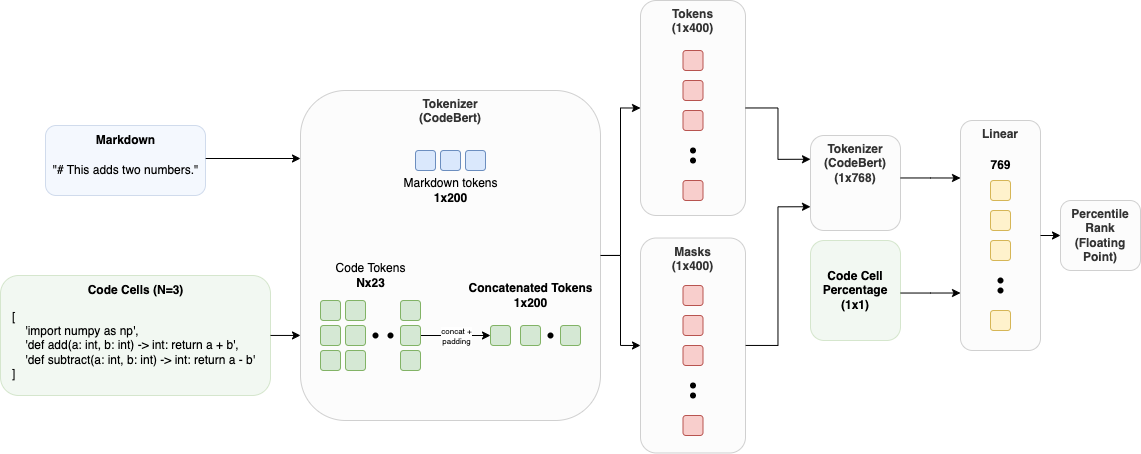
sotoodaa-ucb/ucb_mids_w266_project keeps this draw.io diagram as res/baseline.png. Above is the earlier version. Source tidied: cells renumbered, new cells last; positions are measured from the earlier drawing's top-left corner, leaving out a move shared by most shapes. The source it was exported from:
```xml
<mxGraphModel>
  <root>
    <mxCell id="0" />
    <mxCell id="1" parent="0" />
    <mxCell id="2" style="edgeStyle=orthogonalEdgeStyle;rounded=0;jettySize=auto;html=1;entryX=0;entryY=0.25;entryDx=0;entryDy=0;fontSize=8;" parent="1" edge="1" source="63" target="4">
      <mxGeometry relative="1" as="geometry" />
    </mxCell>
    <mxCell id="3" style="edgeStyle=orthogonalEdgeStyle;rounded=0;jettySize=auto;html=1;entryX=0;entryY=0.25;entryDx=0;entryDy=0;fontSize=8;" parent="1" edge="1" source="4" target="44">
      <mxGeometry relative="1" as="geometry">
        <Array as="points">
          <mxPoint x="930" y="178" />
        </Array>
      </mxGeometry>
    </mxCell>
    <mxCell id="4" value="&lt;b&gt;Tokenizer&lt;br&gt;(CodeBert)&lt;br&gt;(1x768)&lt;br&gt;&lt;/b&gt;" style="rounded=1;whiteSpace=wrap;html=1;fillColor=#f5f5f5;strokeColor=#666666;opacity=30;fontColor=#333333;verticalAlign=top;" parent="1" vertex="1">
      <mxGeometry x="810" y="135" width="90" height="95" as="geometry" />
    </mxCell>
    <mxCell id="5" style="rounded=1;whiteSpace=wrap;html=1;opacity=30;fillColor=#d5e8d4;strokeColor=#82b366;" parent="1" vertex="1">
      <mxGeometry y="275" width="270" height="120" as="geometry" />
    </mxCell>
    <mxCell id="6" value="[&lt;br&gt;&amp;nbsp; &amp;nbsp; &lt;span style=&quot;background-color: initial;&quot;&gt;'import numpy as np',&lt;br&gt;&lt;/span&gt;&lt;span style=&quot;background-color: initial;&quot;&gt;&amp;nbsp; &amp;nbsp; 'def add(a: int, b: int) -&amp;gt; int: return a + b',&lt;br&gt;&lt;/span&gt;&lt;span style=&quot;background-color: initial;&quot;&gt;&amp;nbsp; &amp;nbsp; 'def subtract(a: int, b: int) -&amp;gt; int: return a - b'&lt;br&gt;&lt;/span&gt;&lt;span style=&quot;background-color: initial;&quot;&gt;]&lt;br&gt;&lt;/span&gt;" style="text;html=1;align=left;verticalAlign=middle;strokeColor=none;fillColor=none;" parent="1" vertex="1">
      <mxGeometry x="10" y="300" width="270" height="90" as="geometry" />
    </mxCell>
    <mxCell id="7" style="edgeStyle=orthogonalEdgeStyle;rounded=0;jettySize=auto;html=1;exitX=1;exitY=0.5;exitDx=0;exitDy=0;entryX=0;entryY=0.5;entryDx=0;entryDy=0;fontSize=8;" parent="1" edge="1" source="9" target="63">
      <mxGeometry relative="1" as="geometry" />
    </mxCell>
    <mxCell id="8" style="edgeStyle=orthogonalEdgeStyle;rounded=0;jettySize=auto;html=1;entryX=0;entryY=0.5;entryDx=0;entryDy=0;fontSize=8;" parent="1" edge="1" source="9" target="55">
      <mxGeometry relative="1" as="geometry" />
    </mxCell>
    <mxCell id="9" value="&lt;b&gt;Tokenizer&lt;br&gt;(CodeBert)&lt;/b&gt;" style="rounded=1;whiteSpace=wrap;html=1;fillColor=#f5f5f5;strokeColor=#666666;opacity=30;fontColor=#333333;verticalAlign=top;" parent="1" vertex="1">
      <mxGeometry x="300" y="90" width="300" height="330" as="geometry" />
    </mxCell>
    <mxCell id="10" value="Code Cells (N=3)" style="text;html=1;align=center;verticalAlign=middle;strokeColor=none;fillColor=none;fontStyle=1;" parent="1" vertex="1">
      <mxGeometry x="75" y="275" width="120" height="30" as="geometry" />
    </mxCell>
    <mxCell id="11" style="edgeStyle=orthogonalEdgeStyle;rounded=0;jettySize=auto;html=1;" parent="1" edge="1" source="5">
      <mxGeometry relative="1" as="geometry">
        <mxPoint x="300" y="335" as="targetPoint" />
        <Array as="points">
          <mxPoint x="300" y="335" />
        </Array>
      </mxGeometry>
    </mxCell>
    <mxCell id="12" style="edgeStyle=orthogonalEdgeStyle;rounded=0;jettySize=auto;html=1;" parent="1" edge="1" source="13">
      <mxGeometry relative="1" as="geometry">
        <mxPoint x="300" y="158" as="targetPoint" />
        <Array as="points">
          <mxPoint x="300" y="158" />
        </Array>
      </mxGeometry>
    </mxCell>
    <mxCell id="13" style="rounded=1;whiteSpace=wrap;html=1;opacity=30;fillColor=#dae8fc;strokeColor=#6c8ebf;" parent="1" vertex="1">
      <mxGeometry x="45" y="125" width="160" height="70" as="geometry" />
    </mxCell>
    <mxCell id="14" value="Markdown" style="text;html=1;align=center;verticalAlign=middle;strokeColor=none;fillColor=none;fontStyle=1;" parent="1" vertex="1">
      <mxGeometry x="85" y="125" width="80" height="30" as="geometry" />
    </mxCell>
    <mxCell id="15" value="&quot;# This adds two numbers.&quot;" style="text;html=1;align=center;verticalAlign=middle;strokeColor=none;fillColor=none;" parent="1" vertex="1">
      <mxGeometry x="40" y="155" width="170" height="30" as="geometry" />
    </mxCell>
    <mxCell id="16" value="&lt;span style=&quot;font-weight: normal;&quot;&gt;Code Tokens&lt;/span&gt;&lt;br&gt;Nx23" style="text;html=1;align=center;verticalAlign=middle;strokeColor=none;fillColor=none;fontStyle=1;" parent="1" vertex="1">
      <mxGeometry x="325" y="255" width="90" height="40" as="geometry" />
    </mxCell>
    <mxCell id="17" style="shape=waypoint;sketch=0;size=6;fillColor=none;perimeter=centerPerimeter;" parent="1" vertex="1">
      <mxGeometry x="370" y="315" width="40" height="40" as="geometry" />
    </mxCell>
    <mxCell id="18" style="rounded=1;whiteSpace=wrap;html=1;fillColor=#d5e8d4;strokeColor=#82b366;" parent="1" vertex="1">
      <mxGeometry x="345" y="350" width="20" height="20" as="geometry" />
    </mxCell>
    <mxCell id="19" style="rounded=1;whiteSpace=wrap;html=1;fillColor=#d5e8d4;strokeColor=#82b366;" parent="1" vertex="1">
      <mxGeometry x="320" y="300" width="20" height="20" as="geometry" />
    </mxCell>
    <mxCell id="20" style="rounded=1;whiteSpace=wrap;html=1;fillColor=#d5e8d4;strokeColor=#82b366;" parent="1" vertex="1">
      <mxGeometry x="320" y="325" width="20" height="20" as="geometry" />
    </mxCell>
    <mxCell id="21" style="rounded=1;whiteSpace=wrap;html=1;fillColor=#d5e8d4;strokeColor=#82b366;" parent="1" vertex="1">
      <mxGeometry x="320" y="350" width="20" height="20" as="geometry" />
    </mxCell>
    <mxCell id="22" style="rounded=1;whiteSpace=wrap;html=1;fillColor=#d5e8d4;strokeColor=#82b366;" parent="1" vertex="1">
      <mxGeometry x="345" y="300" width="20" height="20" as="geometry" />
    </mxCell>
    <mxCell id="23" style="rounded=1;whiteSpace=wrap;html=1;fillColor=#d5e8d4;strokeColor=#82b366;" parent="1" vertex="1">
      <mxGeometry x="345" y="325" width="20" height="20" as="geometry" />
    </mxCell>
    <mxCell id="24" style="shape=waypoint;sketch=0;size=6;fillColor=none;perimeter=centerPerimeter;" parent="1" vertex="1">
      <mxGeometry x="355" y="315" width="40" height="40" as="geometry" />
    </mxCell>
    <mxCell id="25" style="rounded=1;whiteSpace=wrap;html=1;fillColor=#d5e8d4;strokeColor=#82b366;" parent="1" vertex="1">
      <mxGeometry x="400" y="300" width="20" height="20" as="geometry" />
    </mxCell>
    <mxCell id="26" style="edgeStyle=orthogonalEdgeStyle;rounded=0;jettySize=auto;html=1;entryX=0;entryY=0.5;entryDx=0;entryDy=0;" parent="1" edge="1" source="28" target="30">
      <mxGeometry relative="1" as="geometry" />
    </mxCell>
    <mxCell id="27" value="concat +&lt;br style=&quot;font-size: 8px;&quot;&gt;padding" style="edgeLabel;html=1;align=center;verticalAlign=middle;fontSize=8;" parent="26" vertex="1">
      <mxGeometry x="0.15" y="2" relative="1" as="geometry">
        <mxPoint x="-5" y="2" as="offset" />
      </mxGeometry>
    </mxCell>
    <mxCell id="28" style="rounded=1;whiteSpace=wrap;html=1;fillColor=#d5e8d4;strokeColor=#82b366;" parent="1" vertex="1">
      <mxGeometry x="400" y="325" width="20" height="20" as="geometry" />
    </mxCell>
    <mxCell id="29" style="rounded=1;whiteSpace=wrap;html=1;fillColor=#d5e8d4;strokeColor=#82b366;" parent="1" vertex="1">
      <mxGeometry x="400" y="350" width="20" height="20" as="geometry" />
    </mxCell>
    <mxCell id="30" style="rounded=1;whiteSpace=wrap;html=1;fillColor=#d5e8d4;strokeColor=#82b366;" parent="1" vertex="1">
      <mxGeometry x="490" y="325" width="20" height="20" as="geometry" />
    </mxCell>
    <mxCell id="31" style="rounded=1;whiteSpace=wrap;html=1;fillColor=#d5e8d4;strokeColor=#82b366;" parent="1" vertex="1">
      <mxGeometry x="520" y="325" width="20" height="20" as="geometry" />
    </mxCell>
    <mxCell id="32" style="shape=waypoint;sketch=0;size=6;fillColor=none;perimeter=centerPerimeter;" parent="1" vertex="1">
      <mxGeometry x="530" y="315" width="40" height="40" as="geometry" />
    </mxCell>
    <mxCell id="33" style="rounded=1;whiteSpace=wrap;html=1;fillColor=#d5e8d4;strokeColor=#82b366;" parent="1" vertex="1">
      <mxGeometry x="560" y="325" width="20" height="20" as="geometry" />
    </mxCell>
    <mxCell id="34" value="Concatenated Tokens&lt;br&gt;1x200" style="text;html=1;align=center;verticalAlign=middle;strokeColor=none;fillColor=none;fontStyle=1;" parent="1" vertex="1">
      <mxGeometry x="455" y="275" width="150" height="40" as="geometry" />
    </mxCell>
    <mxCell id="35" style="group;" parent="1" vertex="1">
      <mxGeometry x="390" y="150" width="120" height="60" as="geometry" />
    </mxCell>
    <mxCell id="36" style="rounded=1;whiteSpace=wrap;html=1;fillColor=#dae8fc;strokeColor=#6c8ebf;" parent="35" vertex="1">
      <mxGeometry x="25" width="20" height="20" as="geometry" />
    </mxCell>
    <mxCell id="37" style="rounded=1;whiteSpace=wrap;html=1;fillColor=#dae8fc;strokeColor=#6c8ebf;" parent="35" vertex="1">
      <mxGeometry x="50" width="20" height="20" as="geometry" />
    </mxCell>
    <mxCell id="38" style="rounded=1;whiteSpace=wrap;html=1;fillColor=#dae8fc;strokeColor=#6c8ebf;" parent="35" vertex="1">
      <mxGeometry x="75" width="20" height="20" as="geometry" />
    </mxCell>
    <mxCell id="39" value="&lt;span style=&quot;font-weight: normal;&quot;&gt;Markdown tokens&lt;/span&gt;&lt;br&gt;1x200" style="text;html=1;align=center;verticalAlign=middle;strokeColor=none;fillColor=none;opacity=30;fontStyle=1;" parent="35" vertex="1">
      <mxGeometry y="20" width="120" height="40" as="geometry" />
    </mxCell>
    <mxCell id="40" style="edgeStyle=orthogonalEdgeStyle;rounded=0;jettySize=auto;html=1;entryX=0;entryY=0.75;entryDx=0;entryDy=0;fontSize=8;" parent="1" edge="1" source="55" target="4">
      <mxGeometry relative="1" as="geometry" />
    </mxCell>
    <mxCell id="41" style="edgeStyle=orthogonalEdgeStyle;rounded=0;jettySize=auto;html=1;entryX=0;entryY=0.75;entryDx=0;entryDy=0;fontSize=8;" parent="1" edge="1" source="42" target="44">
      <mxGeometry relative="1" as="geometry">
        <Array as="points">
          <mxPoint x="930" y="293" />
        </Array>
      </mxGeometry>
    </mxCell>
    <mxCell id="42" value="&lt;b&gt;Code Cell Percentage&lt;br&gt;(1x1)&lt;/b&gt;" style="rounded=1;whiteSpace=wrap;html=1;opacity=30;fillColor=#d5e8d4;strokeColor=#82b366;" parent="1" vertex="1">
      <mxGeometry x="810" y="240" width="90" height="100" as="geometry" />
    </mxCell>
    <mxCell id="43" style="group;" parent="1" vertex="1">
      <mxGeometry x="960" y="120" width="80" height="230" as="geometry" />
    </mxCell>
    <mxCell id="44" value="&lt;b&gt;Linear&lt;/b&gt;" style="rounded=1;whiteSpace=wrap;html=1;fillColor=#f5f5f5;strokeColor=#666666;opacity=30;fontColor=#333333;verticalAlign=top;" parent="43" vertex="1">
      <mxGeometry width="80" height="230" as="geometry" />
    </mxCell>
    <mxCell id="45" style="group;" parent="43" vertex="1">
      <mxGeometry x="20" y="30" width="40" height="180" as="geometry" />
    </mxCell>
    <mxCell id="46" style="group;" parent="45" vertex="1">
      <mxGeometry y="30" width="40" height="150" as="geometry" />
    </mxCell>
    <mxCell id="47" style="rounded=1;whiteSpace=wrap;html=1;fillColor=#fff2cc;strokeColor=#d6b656;" parent="46" vertex="1">
      <mxGeometry x="10" width="20" height="20" as="geometry" />
    </mxCell>
    <mxCell id="48" style="rounded=1;whiteSpace=wrap;html=1;fillColor=#fff2cc;strokeColor=#d6b656;" parent="46" vertex="1">
      <mxGeometry x="10" y="30" width="20" height="20" as="geometry" />
    </mxCell>
    <mxCell id="49" style="rounded=1;whiteSpace=wrap;html=1;fillColor=#fff2cc;strokeColor=#d6b656;" parent="46" vertex="1">
      <mxGeometry x="10" y="60" width="20" height="20" as="geometry" />
    </mxCell>
    <mxCell id="50" style="shape=waypoint;sketch=0;size=6;fillColor=none;perimeter=centerPerimeter;" parent="46" vertex="1">
      <mxGeometry y="80" width="40" height="40" as="geometry" />
    </mxCell>
    <mxCell id="51" style="shape=waypoint;sketch=0;size=6;fillColor=none;perimeter=centerPerimeter;" parent="46" vertex="1">
      <mxGeometry y="90" width="40" height="40" as="geometry" />
    </mxCell>
    <mxCell id="52" style="rounded=1;whiteSpace=wrap;html=1;fillColor=#fff2cc;strokeColor=#d6b656;" parent="46" vertex="1">
      <mxGeometry x="10" y="130" width="20" height="20" as="geometry" />
    </mxCell>
    <mxCell id="53" value="&lt;b&gt;769&lt;/b&gt;" style="text;html=1;align=center;verticalAlign=middle;strokeColor=none;fillColor=none;" parent="45" vertex="1">
      <mxGeometry width="40" height="30" as="geometry" />
    </mxCell>
    <mxCell id="54" style="group;" parent="1" vertex="1">
      <mxGeometry x="640" y="237.5" width="105" height="215" as="geometry" />
    </mxCell>
    <mxCell id="55" value="&lt;b&gt;Masks&lt;br&gt;(1x400)&lt;br&gt;&lt;/b&gt;" style="rounded=1;whiteSpace=wrap;html=1;fillColor=#f5f5f5;strokeColor=#666666;opacity=30;fontColor=#333333;verticalAlign=top;" parent="54" vertex="1">
      <mxGeometry width="105" height="215" as="geometry" />
    </mxCell>
    <mxCell id="56" style="rounded=1;whiteSpace=wrap;html=1;fillColor=#f8cecc;strokeColor=#b85450;" parent="54" vertex="1">
      <mxGeometry x="42.5" y="47.5" width="20" height="20" as="geometry" />
    </mxCell>
    <mxCell id="57" style="rounded=1;whiteSpace=wrap;html=1;fillColor=#f8cecc;strokeColor=#b85450;" parent="54" vertex="1">
      <mxGeometry x="42.5" y="77.5" width="20" height="20" as="geometry" />
    </mxCell>
    <mxCell id="58" style="rounded=1;whiteSpace=wrap;html=1;fillColor=#f8cecc;strokeColor=#b85450;" parent="54" vertex="1">
      <mxGeometry x="42.5" y="107.5" width="20" height="20" as="geometry" />
    </mxCell>
    <mxCell id="59" style="rounded=1;whiteSpace=wrap;html=1;fillColor=#f8cecc;strokeColor=#b85450;" parent="54" vertex="1">
      <mxGeometry x="42.5" y="177.5" width="20" height="20" as="geometry" />
    </mxCell>
    <mxCell id="60" style="shape=waypoint;sketch=0;size=6;fillColor=none;perimeter=centerPerimeter;" parent="54" vertex="1">
      <mxGeometry x="32.5" y="127.5" width="40" height="40" as="geometry" />
    </mxCell>
    <mxCell id="61" style="shape=waypoint;sketch=0;size=6;fillColor=none;perimeter=centerPerimeter;" parent="54" vertex="1">
      <mxGeometry x="32.5" y="137.5" width="40" height="40" as="geometry" />
    </mxCell>
    <mxCell id="62" style="group;" parent="1" vertex="1">
      <mxGeometry x="640" width="105" height="215" as="geometry" />
    </mxCell>
    <mxCell id="63" value="&lt;b&gt;Tokens&lt;br&gt;(1x400)&lt;br&gt;&lt;/b&gt;" style="rounded=1;whiteSpace=wrap;html=1;fillColor=#f5f5f5;strokeColor=#666666;opacity=30;fontColor=#333333;verticalAlign=top;" parent="62" vertex="1">
      <mxGeometry width="105" height="215" as="geometry" />
    </mxCell>
    <mxCell id="64" style="rounded=1;whiteSpace=wrap;html=1;fillColor=#f8cecc;strokeColor=#b85450;" parent="62" vertex="1">
      <mxGeometry x="42.5" y="50" width="20" height="20" as="geometry" />
    </mxCell>
    <mxCell id="65" style="rounded=1;whiteSpace=wrap;html=1;fillColor=#f8cecc;strokeColor=#b85450;" parent="62" vertex="1">
      <mxGeometry x="42.5" y="80" width="20" height="20" as="geometry" />
    </mxCell>
    <mxCell id="66" style="rounded=1;whiteSpace=wrap;html=1;fillColor=#f8cecc;strokeColor=#b85450;" parent="62" vertex="1">
      <mxGeometry x="42.5" y="110" width="20" height="20" as="geometry" />
    </mxCell>
    <mxCell id="67" style="rounded=1;whiteSpace=wrap;html=1;fillColor=#f8cecc;strokeColor=#b85450;" parent="62" vertex="1">
      <mxGeometry x="42.5" y="180" width="20" height="20" as="geometry" />
    </mxCell>
    <mxCell id="68" style="shape=waypoint;sketch=0;size=6;fillColor=none;perimeter=centerPerimeter;" parent="62" vertex="1">
      <mxGeometry x="32.5" y="130" width="40" height="40" as="geometry" />
    </mxCell>
    <mxCell id="69" style="shape=waypoint;sketch=0;size=6;fillColor=none;perimeter=centerPerimeter;" parent="62" vertex="1">
      <mxGeometry x="32.5" y="140" width="40" height="40" as="geometry" />
    </mxCell>
    <mxCell id="70" value="&lt;b&gt;Percentile Rank (Floating Point)&lt;/b&gt;" style="rounded=1;whiteSpace=wrap;html=1;fillColor=#f5f5f5;strokeColor=#666666;opacity=30;fontColor=#333333;verticalAlign=top;" parent="1" vertex="1">
      <mxGeometry x="1060" y="200" width="80" height="70" as="geometry" />
    </mxCell>
    <mxCell id="71" style="edgeStyle=orthogonalEdgeStyle;rounded=0;jettySize=auto;html=1;exitX=1;exitY=0.5;exitDx=0;exitDy=0;entryX=0;entryY=0.5;entryDx=0;entryDy=0;fontSize=8;" parent="1" edge="1" source="44" target="70">
      <mxGeometry relative="1" as="geometry" />
    </mxCell>
  </root>
</mxGraphModel>
```
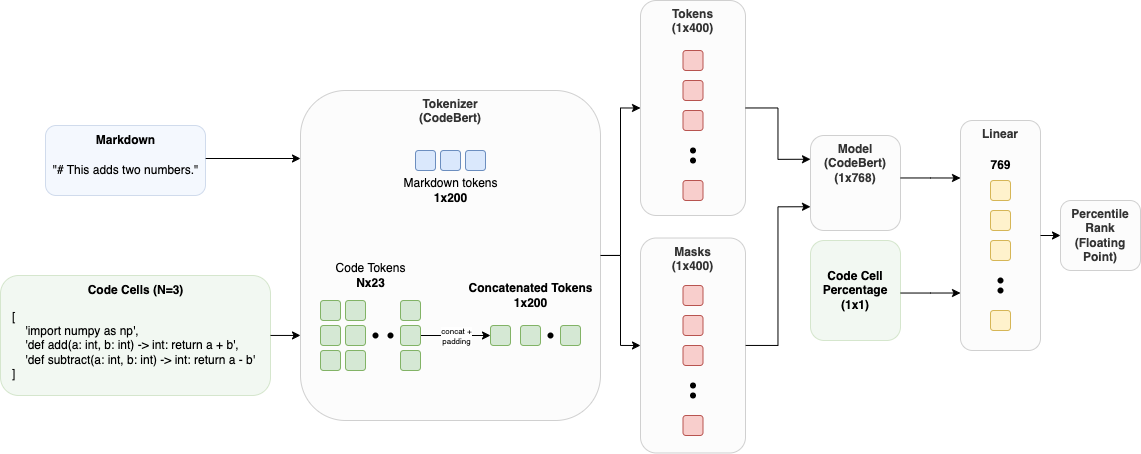
After the change.

Diff of the diagram source:
```diff
@@ -12,7 +12,7 @@
         </Array>
       </mxGeometry>
     </mxCell>
-    <mxCell id="4" value="&lt;b&gt;Tokenizer&lt;br&gt;(CodeBert)&lt;br&gt;(1x768)&lt;br&gt;&lt;/b&gt;" style="rounded=1;whiteSpace=wrap;html=1;fillColor=#f5f5f5;strokeColor=#666666;opacity=30;fontColor=#333333;verticalAlign=top;" parent="1" vertex="1">
+    <mxCell id="4" value="&lt;b&gt;Model&lt;br&gt;(CodeBert)&lt;br&gt;(1x768)&lt;br&gt;&lt;/b&gt;" style="rounded=1;whiteSpace=wrap;html=1;fillColor=#f5f5f5;strokeColor=#666666;opacity=30;fontColor=#333333;verticalAlign=top;" parent="1" vertex="1">
       <mxGeometry x="810" y="135" width="90" height="95" as="geometry" />
     </mxCell>
     <mxCell id="5" style="rounded=1;whiteSpace=wrap;html=1;opacity=30;fillColor=#d5e8d4;strokeColor=#82b366;" parent="1" vertex="1">
```
